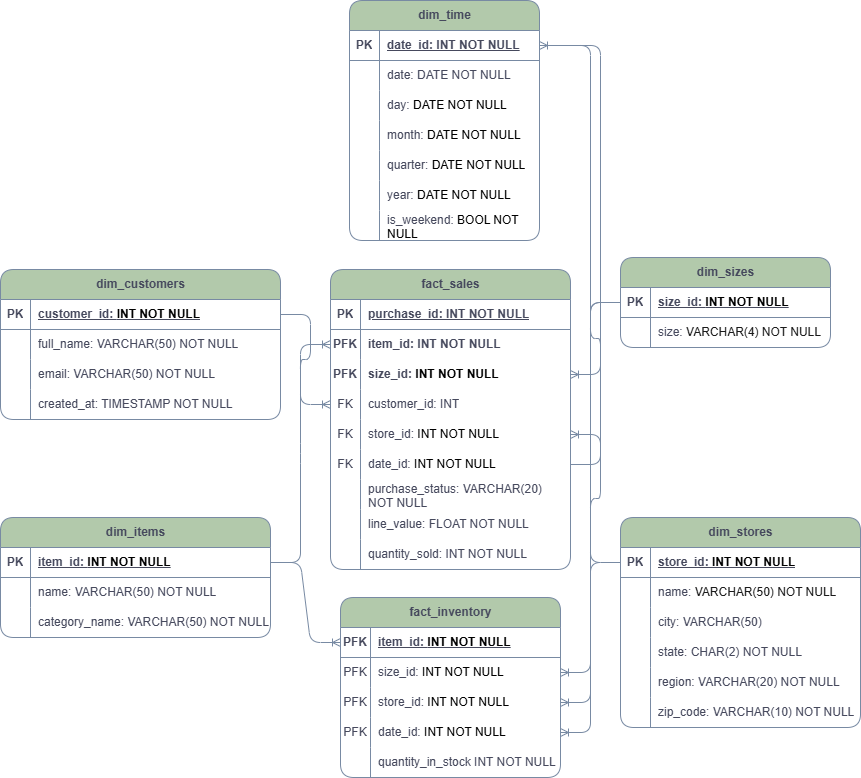
The draw.io diagram E_commerce_dbs-OLAP.png in ruancastro/e-commercy-database, before a commit. Source tidied: cells renumbered, new cells last; positions are measured from the earlier drawing's top-left corner, leaving out a move shared by most shapes.
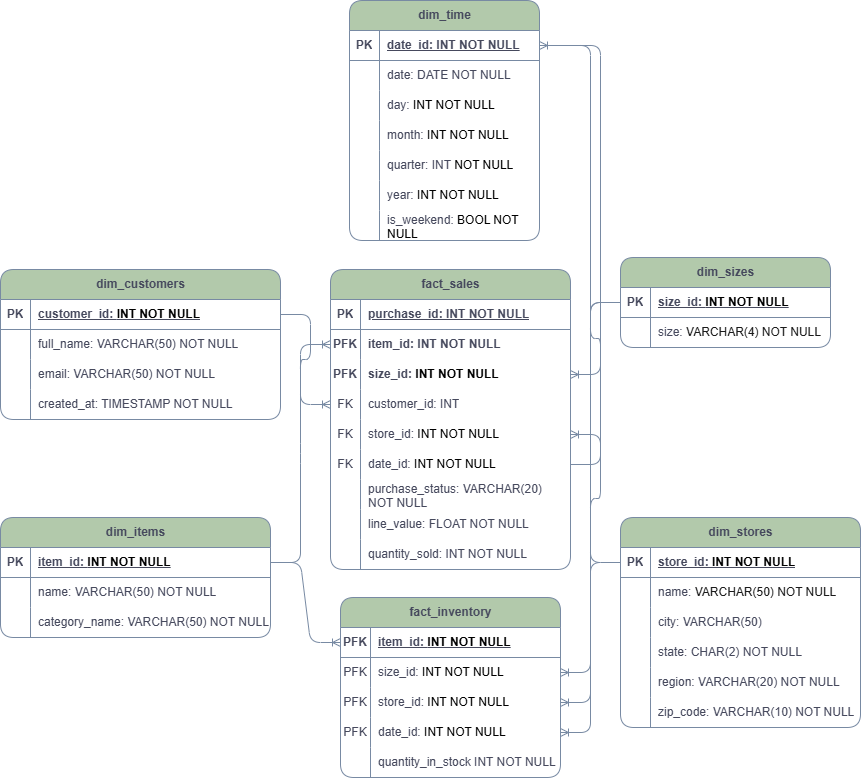
After the change.

Commit message:
updating dim_time, now right types on schema and adding unique constraint for date and date_id with autoincrement

Change to the diagram source:
```diff
@@ -260,7 +260,7 @@
     <mxCell id="87" style="shape=partialRectangle;fillColor=none;top=0;left=0;bottom=0;right=0;overflow=hidden;whiteSpace=wrap;html=1;rounded=1;labelBackgroundColor=none;strokeColor=#788AA3;fontColor=#46495D;" parent="86" vertex="1">
       <mxGeometry width="30" height="30" as="geometry" />
     </mxCell>
-    <mxCell id="88" value="&lt;div&gt;&lt;span class=&quot;text-sm px-1 rounded-sm !font-mono bg-sunset/10 text-rust dark:bg-dawn/10 dark:text-dawn&quot;&gt;day:&amp;nbsp;&lt;/span&gt;&lt;span style=&quot;background-color: transparent; color: light-dark(rgb(0, 0, 0), rgb(255, 255, 255));&quot;&gt;DATE NOT NULL&lt;/span&gt;&lt;/div&gt;" style="shape=partialRectangle;fillColor=none;top=0;left=0;bottom=0;right=0;align=left;spacingLeft=6;overflow=hidden;whiteSpace=wrap;html=1;rounded=1;labelBackgroundColor=none;strokeColor=#788AA3;fontColor=#46495D;" parent="86" vertex="1">
+    <mxCell id="88" value="&lt;div&gt;&lt;span class=&quot;text-sm px-1 rounded-sm !font-mono bg-sunset/10 text-rust dark:bg-dawn/10 dark:text-dawn&quot;&gt;day:&amp;nbsp;&lt;/span&gt;&lt;span style=&quot;background-color: transparent; color: light-dark(rgb(0, 0, 0), rgb(255, 255, 255));&quot;&gt;INT NOT NULL&lt;/span&gt;&lt;/div&gt;" style="shape=partialRectangle;fillColor=none;top=0;left=0;bottom=0;right=0;align=left;spacingLeft=6;overflow=hidden;whiteSpace=wrap;html=1;rounded=1;labelBackgroundColor=none;strokeColor=#788AA3;fontColor=#46495D;" parent="86" vertex="1">
       <mxGeometry x="30" width="160" height="30" as="geometry" />
     </mxCell>
     <mxCell id="89" style="shape=tableRow;horizontal=0;startSize=0;swimlaneHead=0;swimlaneBody=0;fillColor=none;top=0;left=0;right=0;bottom=0;rounded=1;labelBackgroundColor=none;strokeColor=#788AA3;fontColor=#46495D;" parent="79" vertex="1">
@@ -269,7 +269,7 @@
     <mxCell id="90" style="shape=partialRectangle;fillColor=none;top=0;left=0;bottom=0;right=0;overflow=hidden;whiteSpace=wrap;html=1;rounded=1;labelBackgroundColor=none;strokeColor=#788AA3;fontColor=#46495D;" parent="89" vertex="1">
       <mxGeometry width="30" height="30" as="geometry" />
     </mxCell>
-    <mxCell id="91" value="&lt;div&gt;&lt;span class=&quot;text-sm px-1 rounded-sm !font-mono bg-sunset/10 text-rust dark:bg-dawn/10 dark:text-dawn&quot;&gt;month:&amp;nbsp;&lt;/span&gt;&lt;span style=&quot;background-color: transparent; color: light-dark(rgb(0, 0, 0), rgb(255, 255, 255));&quot;&gt;DATE NOT NULL&lt;/span&gt;&lt;/div&gt;" style="shape=partialRectangle;fillColor=none;top=0;left=0;bottom=0;right=0;align=left;spacingLeft=6;overflow=hidden;whiteSpace=wrap;html=1;rounded=1;labelBackgroundColor=none;strokeColor=#788AA3;fontColor=#46495D;" parent="89" vertex="1">
+    <mxCell id="91" value="&lt;div&gt;&lt;span class=&quot;text-sm px-1 rounded-sm !font-mono bg-sunset/10 text-rust dark:bg-dawn/10 dark:text-dawn&quot;&gt;month:&amp;nbsp;&lt;/span&gt;&lt;span style=&quot;background-color: transparent; color: light-dark(rgb(0, 0, 0), rgb(255, 255, 255));&quot;&gt;INT NOT NULL&lt;/span&gt;&lt;/div&gt;" style="shape=partialRectangle;fillColor=none;top=0;left=0;bottom=0;right=0;align=left;spacingLeft=6;overflow=hidden;whiteSpace=wrap;html=1;rounded=1;labelBackgroundColor=none;strokeColor=#788AA3;fontColor=#46495D;" parent="89" vertex="1">
       <mxGeometry x="30" width="160" height="30" as="geometry" />
     </mxCell>
     <mxCell id="92" style="shape=tableRow;horizontal=0;startSize=0;swimlaneHead=0;swimlaneBody=0;fillColor=none;top=0;left=0;right=0;bottom=0;rounded=1;labelBackgroundColor=none;strokeColor=#788AA3;fontColor=#46495D;" parent="79" vertex="1">
@@ -278,7 +278,7 @@
     <mxCell id="93" style="shape=partialRectangle;fillColor=none;top=0;left=0;bottom=0;right=0;overflow=hidden;whiteSpace=wrap;html=1;rounded=1;labelBackgroundColor=none;strokeColor=#788AA3;fontColor=#46495D;" parent="92" vertex="1">
       <mxGeometry width="30" height="30" as="geometry" />
     </mxCell>
-    <mxCell id="94" value="&lt;div&gt;&lt;span class=&quot;text-sm px-1 rounded-sm !font-mono bg-sunset/10 text-rust dark:bg-dawn/10 dark:text-dawn&quot;&gt;quarter:&amp;nbsp;&lt;/span&gt;&lt;span style=&quot;background-color: transparent; color: light-dark(rgb(0, 0, 0), rgb(255, 255, 255));&quot;&gt;DATE NOT NULL&lt;/span&gt;&lt;/div&gt;" style="shape=partialRectangle;fillColor=none;top=0;left=0;bottom=0;right=0;align=left;spacingLeft=6;overflow=hidden;whiteSpace=wrap;html=1;rounded=1;labelBackgroundColor=none;strokeColor=#788AA3;fontColor=#46495D;" parent="92" vertex="1">
+    <mxCell id="94" value="&lt;div&gt;&lt;span class=&quot;text-sm px-1 rounded-sm !font-mono bg-sunset/10 text-rust dark:bg-dawn/10 dark:text-dawn&quot;&gt;quarter: INT&amp;nbsp;&lt;/span&gt;&lt;span style=&quot;background-color: transparent; color: light-dark(rgb(0, 0, 0), rgb(255, 255, 255));&quot;&gt;NOT NULL&lt;/span&gt;&lt;/div&gt;" style="shape=partialRectangle;fillColor=none;top=0;left=0;bottom=0;right=0;align=left;spacingLeft=6;overflow=hidden;whiteSpace=wrap;html=1;rounded=1;labelBackgroundColor=none;strokeColor=#788AA3;fontColor=#46495D;" parent="92" vertex="1">
       <mxGeometry x="30" width="160" height="30" as="geometry" />
     </mxCell>
     <mxCell id="95" style="shape=tableRow;horizontal=0;startSize=0;swimlaneHead=0;swimlaneBody=0;fillColor=none;top=0;left=0;right=0;bottom=0;rounded=1;labelBackgroundColor=none;strokeColor=#788AA3;fontColor=#46495D;" parent="79" vertex="1">
@@ -287,7 +287,7 @@
     <mxCell id="96" style="shape=partialRectangle;fillColor=none;top=0;left=0;bottom=0;right=0;overflow=hidden;whiteSpace=wrap;html=1;rounded=1;labelBackgroundColor=none;strokeColor=#788AA3;fontColor=#46495D;" parent="95" vertex="1">
       <mxGeometry width="30" height="30" as="geometry" />
     </mxCell>
-    <mxCell id="97" value="&lt;div&gt;&lt;span class=&quot;text-sm px-1 rounded-sm !font-mono bg-sunset/10 text-rust dark:bg-dawn/10 dark:text-dawn&quot;&gt;year:&amp;nbsp;&lt;/span&gt;&lt;span style=&quot;background-color: transparent; color: light-dark(rgb(0, 0, 0), rgb(255, 255, 255));&quot;&gt;DATE NOT NULL&lt;/span&gt;&lt;/div&gt;" style="shape=partialRectangle;fillColor=none;top=0;left=0;bottom=0;right=0;align=left;spacingLeft=6;overflow=hidden;whiteSpace=wrap;html=1;rounded=1;labelBackgroundColor=none;strokeColor=#788AA3;fontColor=#46495D;" parent="95" vertex="1">
+    <mxCell id="97" value="&lt;div&gt;&lt;span class=&quot;text-sm px-1 rounded-sm !font-mono bg-sunset/10 text-rust dark:bg-dawn/10 dark:text-dawn&quot;&gt;year:&amp;nbsp;&lt;/span&gt;&lt;span style=&quot;background-color: transparent; color: light-dark(rgb(0, 0, 0), rgb(255, 255, 255));&quot;&gt;INT NOT NULL&lt;/span&gt;&lt;/div&gt;" style="shape=partialRectangle;fillColor=none;top=0;left=0;bottom=0;right=0;align=left;spacingLeft=6;overflow=hidden;whiteSpace=wrap;html=1;rounded=1;labelBackgroundColor=none;strokeColor=#788AA3;fontColor=#46495D;" parent="95" vertex="1">
       <mxGeometry x="30" width="160" height="30" as="geometry" />
     </mxCell>
     <mxCell id="98" style="shape=tableRow;horizontal=0;startSize=0;swimlaneHead=0;swimlaneBody=0;fillColor=none;top=0;left=0;right=0;bottom=0;rounded=1;labelBackgroundColor=none;strokeColor=#788AA3;fontColor=#46495D;" parent="79" vertex="1">
```
